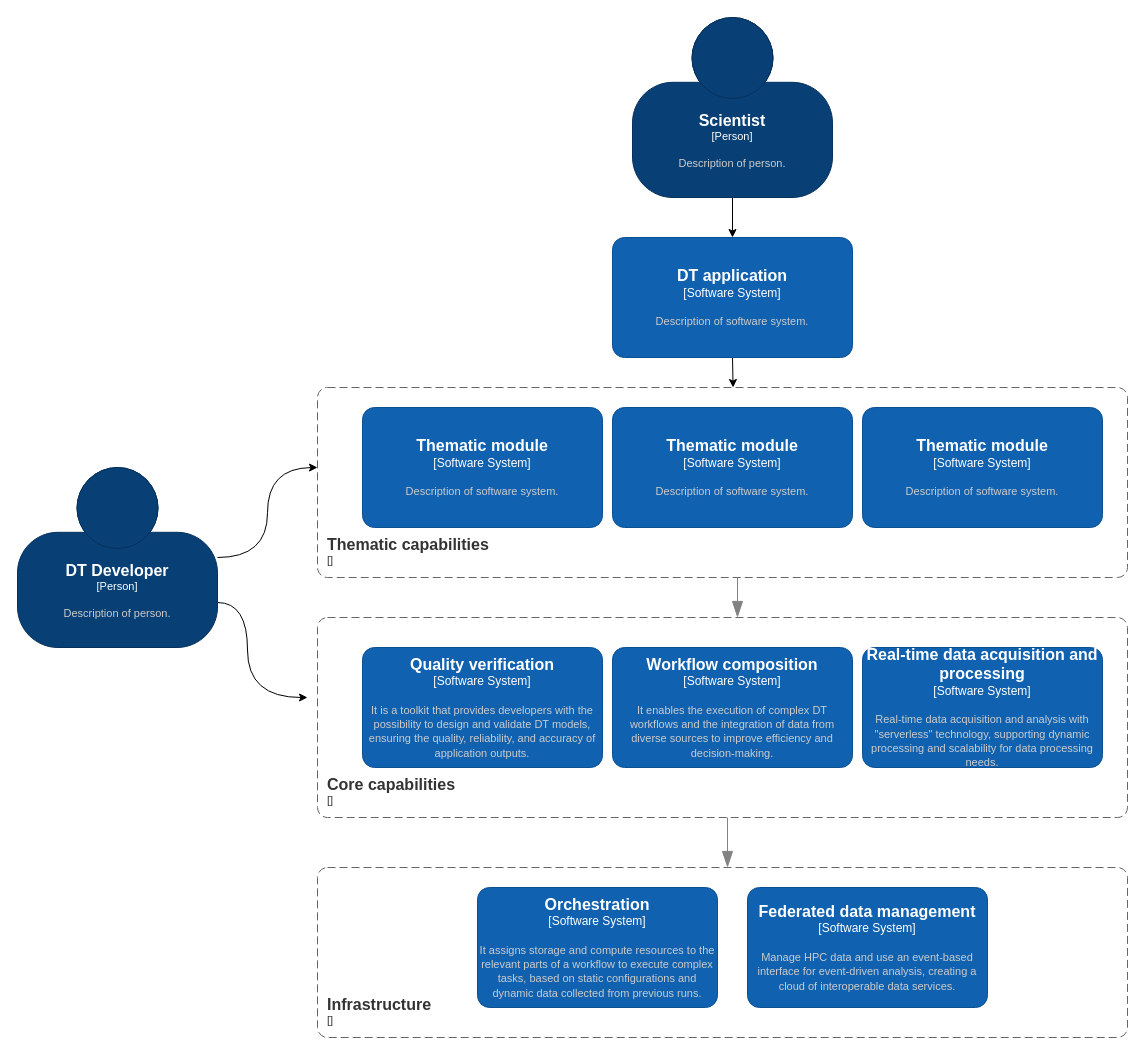
Above: page "Proposal" (2 of 4) of DTE/DTE.drawio in interTwin-eu/architecture-diagrams (draw.io), before the change. Source tidied: cells renumbered, new cells numbered last; positions are measured from the earlier drawing's top-left corner, leaving out a move shared by most shapes. Both pictures are drawn from the tidied source at 100%, with x=0, y=0 at pixel (17, 17).
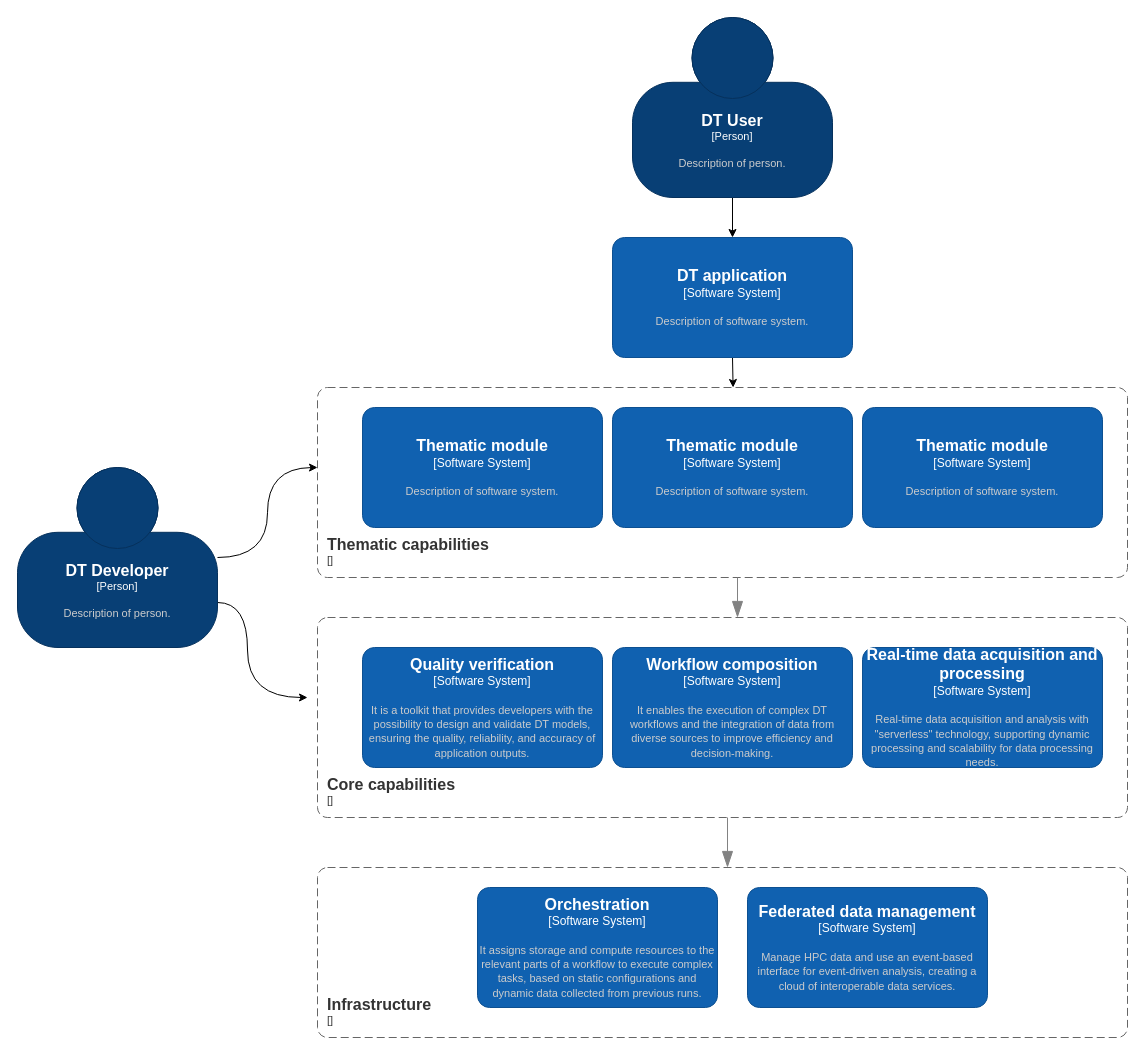
The same page after the edit.

Commit message (it also covers changes not shown here):
Changed scientist to user

Change to the diagram source:
```diff
@@
-    <object id="9" label="&lt;font style=&quot;font-size: 16px&quot;&gt;&lt;b&gt;%c4Name%&lt;/b&gt;&lt;/font&gt;&lt;div&gt;[%c4Type%]&lt;/div&gt;&lt;br&gt;&lt;div&gt;&lt;font style=&quot;font-size: 11px&quot;&gt;&lt;font color=&quot;#cccccc&quot;&gt;%c4Description%&lt;/font&gt;&lt;/div&gt;" c4Description="Description of person." c4Name="Scientist" c4Type="Person" placeholders="1">
+    <object id="9" label="&lt;font style=&quot;font-size: 16px&quot;&gt;&lt;b&gt;%c4Name%&lt;/b&gt;&lt;/font&gt;&lt;div&gt;[%c4Type%]&lt;/div&gt;&lt;br&gt;&lt;div&gt;&lt;font style=&quot;font-size: 11px&quot;&gt;&lt;font color=&quot;#cccccc&quot;&gt;%c4Description%&lt;/font&gt;&lt;/div&gt;" c4Description="Description of person." c4Name="DT User" c4Type="Person" placeholders="1">
       <mxCell style="html=1;fontSize=11;dashed=0;whiteSpace=wrap;fillColor=#083F75;strokeColor=#06315C;fontColor=#ffffff;shape=mxgraph.c4.person2;align=center;points=[[0.5,0,0],[1,0.5,0],[1,0.75,0],[0.75,1,0],[0.5,1,0],[0.25,1,0],[0,0.75,0],[0,0.5,0]];" parent="1" vertex="1">
         <mxGeometry x="615" width="200" height="180" as="geometry" />
       </mxCell>
     </object>
```
